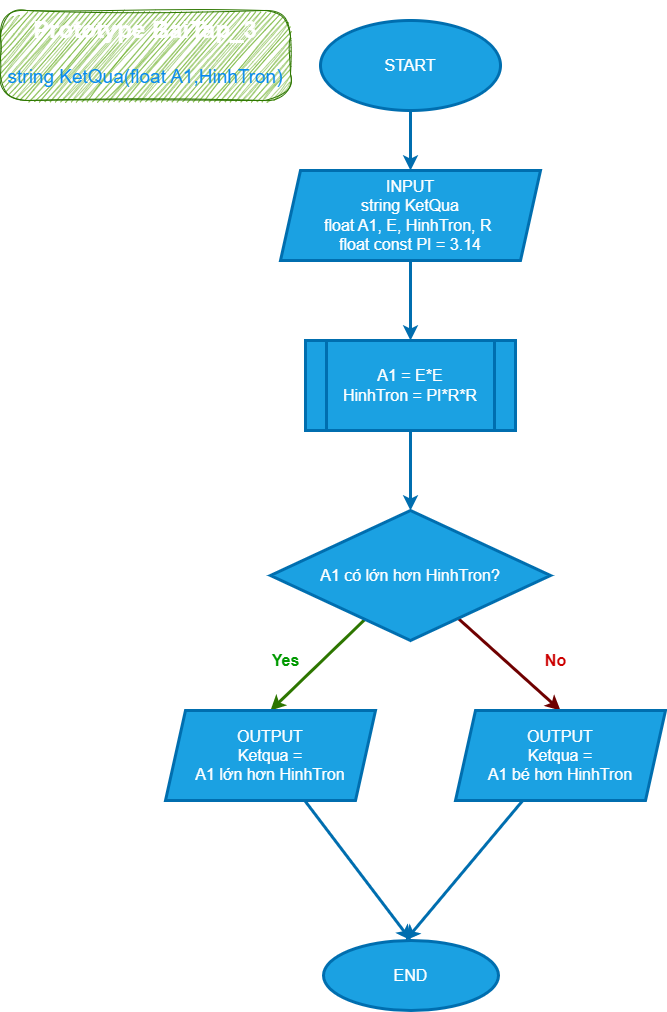
Earlier version of the draw.io export Lab_1/Bai_3/FlowBai_3_1.drawio.png (MinkWungNe/NLNNLT). Source tidied: cells renumbered, new cells last; positions are measured from the earlier drawing's top-left corner, leaving out a move shared by most shapes.
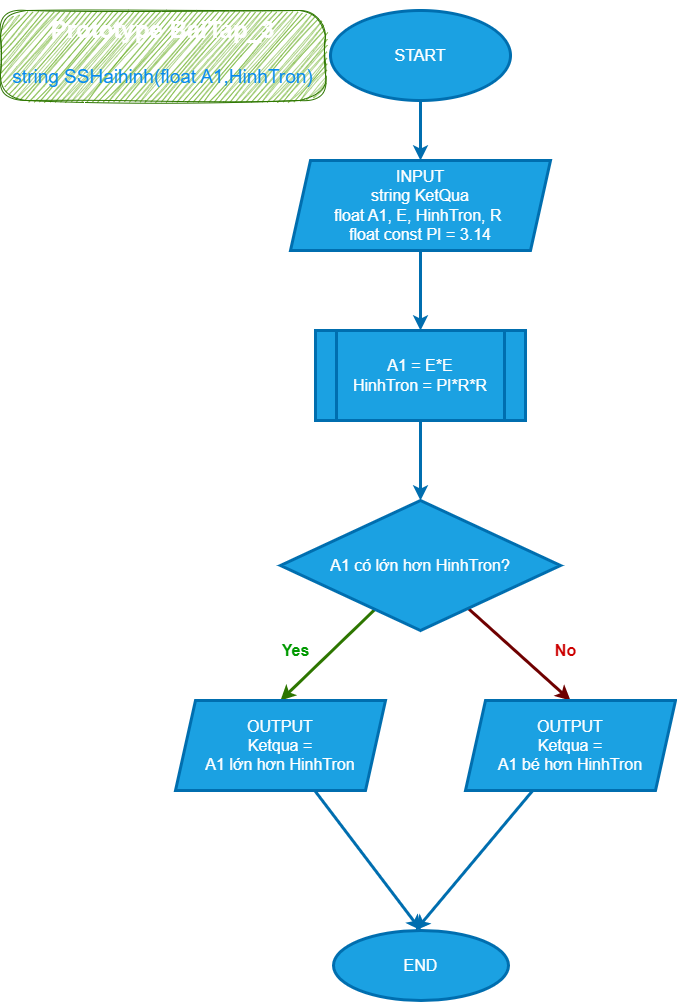
Later version of the same file.

The edit, as a diff of the source:
```diff
@@ -52,8 +52,8 @@
     <mxCell id="17" value="No" style="text;html=1;align=center;verticalAlign=middle;strokeColor=none;fillColor=none;fontSize=16;fontStyle=1;fontColor=#CC0000;" parent="1" vertex="1">
       <mxGeometry x="535" y="635" width="40" height="30" as="geometry" />
     </mxCell>
-    <mxCell id="18" value="&lt;h1&gt;&lt;span style=&quot;background-color: initial;&quot;&gt;Prototype BaiTap_3&lt;/span&gt;&lt;/h1&gt;&lt;h1&gt;&lt;font color=&quot;#058af0&quot;&gt;&lt;span style=&quot;font-size: 19px; font-weight: 400;&quot;&gt;string KetQua(float A1,HinhTron)&lt;/span&gt;&lt;/font&gt;&lt;/h1&gt;" style="text;html=1;strokeColor=#2D7600;fillColor=#60a917;spacing=5;spacingTop=-20;whiteSpace=wrap;overflow=hidden;rounded=1;fontColor=#ffffff;sketch=1;curveFitting=1;jiggle=2;arcSize=29;align=center;strokeWidth=1;" parent="1" vertex="1">
-      <mxGeometry width="290" height="90" as="geometry" />
+    <mxCell id="18" value="&lt;h1&gt;&lt;span style=&quot;background-color: initial;&quot;&gt;Prototype BaiTap_3&lt;/span&gt;&lt;/h1&gt;&lt;h1&gt;&lt;font color=&quot;#058af0&quot;&gt;&lt;span style=&quot;font-size: 19px; font-weight: 400;&quot;&gt;string SSHaihinh(float A1,HinhTron)&lt;/span&gt;&lt;/font&gt;&lt;/h1&gt;" style="text;html=1;strokeColor=#2D7600;fillColor=#60a917;spacing=5;spacingTop=-20;whiteSpace=wrap;overflow=hidden;rounded=1;fontColor=#ffffff;sketch=1;curveFitting=1;jiggle=2;arcSize=29;align=center;strokeWidth=1;" parent="1" vertex="1">
+      <mxGeometry x="-10" y="10" width="325" height="90" as="geometry" />
     </mxCell>
   </root>
 </mxGraphModel>
```
